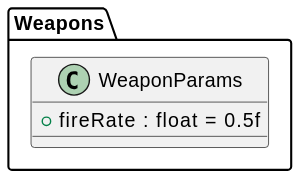
The PlantUML diagram plantuml/out/Weapon/WeaponParams.svg in asterisk-cn/RougueShooter, before a commit.
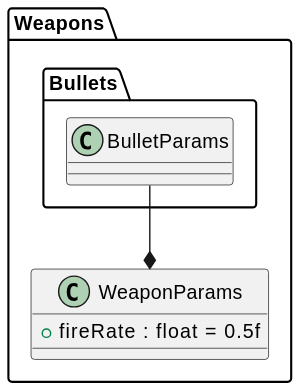
Later version of the same file.

Change to the diagram source:
```diff
@@ -4,4 +4,5 @@
     + fireRate : float = 0.5f
 }
 }
+Weapons.Bullets.BulletParams --* Weapons.WeaponParams
 @enduml
```
